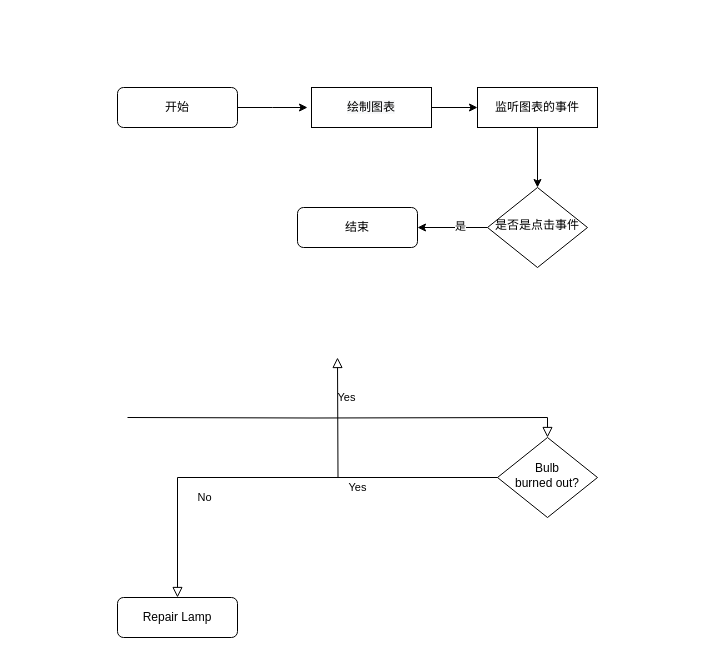
52flutter/ant-design keeps this draw.io diagram as docs/Untitled Diagram.drawio. Above is the earlier version. Source tidied: cells renumbered, new cells numbered last; positions are measured from the earlier drawing's top-left corner, leaving out a move shared by most shapes. Both pictures are drawn from the tidied source at 100%, with x=0, y=0 at pixel (117, 87).
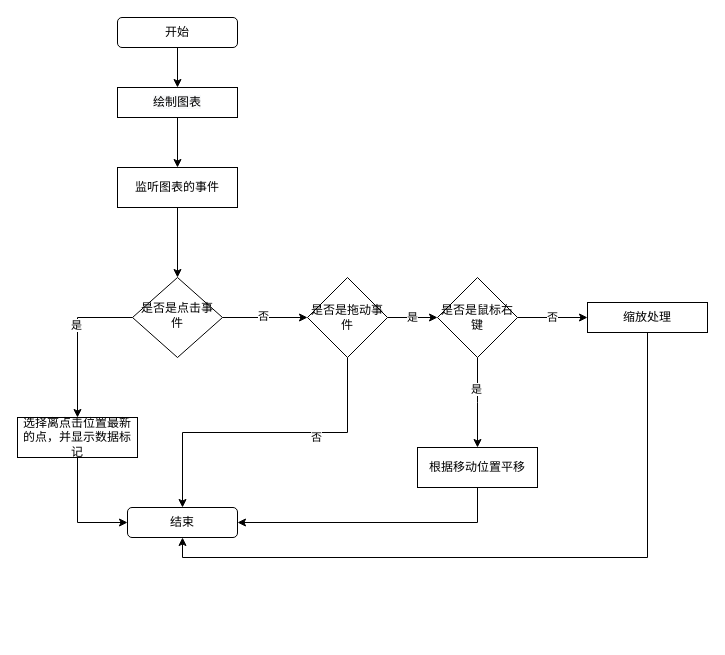
Above is the later version.

The edit, as a diff of the source:
```diff
@@
-    <mxCell id="2" style="edgeStyle=orthogonalEdgeStyle;rounded=0;jettySize=auto;html=1;exitX=1;exitY=0.5;exitDx=0;exitDy=0;entryX=0;entryY=0.5;entryDx=0;entryDy=0;" parent="1" edge="1" source="3">
-      <mxGeometry relative="1" as="geometry">
-        <mxPoint x="190" y="20" as="targetPoint" />
-      </mxGeometry>
+    <mxCell id="2" style="edgeStyle=orthogonalEdgeStyle;rounded=0;jettySize=auto;html=1;exitX=0.5;exitY=1;exitDx=0;exitDy=0;entryX=0.5;entryY=0;entryDx=0;entryDy=0;entryPerimeter=0;" parent="1" edge="1" source="3" target="10">
+      <mxGeometry relative="1" as="geometry" />
     </mxCell>
     <mxCell id="3" value="开始" style="rounded=1;whiteSpace=wrap;html=1;fontSize=12;glass=0;strokeWidth=1;shadow=0;" parent="1" vertex="1">
-      <mxGeometry width="120" height="40" as="geometry" />
+      <mxGeometry y="-70" width="120" height="30" as="geometry" />
     </mxCell>
-    <mxCell id="4" value="Yes" style="rounded=0;html=1;jettySize=auto;fontSize=11;endArrow=block;endFill=0;endSize=8;strokeWidth=1;shadow=0;labelBackgroundColor=none;edgeStyle=orthogonalEdgeStyle;" parent="1" edge="1" target="7">
-      <mxGeometry y="20" relative="1" as="geometry">
-        <mxPoint x="10" y="330" as="sourcePoint" />
-      </mxGeometry>
-    </mxCell>
-    <mxCell id="5" value="No" style="rounded=0;html=1;jettySize=auto;fontSize=11;endArrow=block;endFill=0;endSize=8;strokeWidth=1;shadow=0;labelBackgroundColor=none;edgeStyle=orthogonalEdgeStyle;" parent="1" edge="1" source="7" target="8">
-      <mxGeometry x="0.33" y="20" relative="1" as="geometry" />
-    </mxCell>
-    <mxCell id="6" value="Yes" style="edgeStyle=orthogonalEdgeStyle;rounded=0;html=1;jettySize=auto;fontSize=11;endArrow=block;endFill=0;endSize=8;strokeWidth=1;shadow=0;labelBackgroundColor=none;" parent="1" edge="1" source="7">
-      <mxGeometry y="10" relative="1" as="geometry">
-        <mxPoint x="220" y="270" as="targetPoint" />
-      </mxGeometry>
-    </mxCell>
-    <mxCell id="7" value="Bulb&lt;br&gt;burned out?" style="rhombus;whiteSpace=wrap;html=1;shadow=0;fontFamily=Helvetica;fontSize=12;align=center;strokeWidth=1;spacing=6;spacingTop=-4;" parent="1" vertex="1">
-      <mxGeometry x="380" y="350" width="100" height="80" as="geometry" />
-    </mxCell>
-    <mxCell id="8" value="Repair Lamp" style="rounded=1;whiteSpace=wrap;html=1;fontSize=12;glass=0;strokeWidth=1;shadow=0;" parent="1" vertex="1">
-      <mxGeometry y="510" width="120" height="40" as="geometry" />
-    </mxCell>
-    <mxCell id="9" style="edgeStyle=orthogonalEdgeStyle;rounded=0;orthogonalLoop=1;jettySize=auto;html=1;exitX=1;exitY=0.5;exitDx=0;exitDy=0;" parent="1" edge="1">
-      <mxGeometry relative="1" as="geometry">
-        <mxPoint x="310" y="20" as="sourcePoint" />
-        <mxPoint x="360" y="20" as="targetPoint" />
-      </mxGeometry>
-    </mxCell>
+    <mxCell id="17" style="edgeStyle=orthogonalEdgeStyle;rounded=0;jettySize=auto;html=1;exitX=0.5;exitY=1;exitDx=0;exitDy=0;entryX=0.5;entryY=0;entryDx=0;entryDy=0;" parent="1" edge="1" source="10" target="12">
+      <mxGeometry relative="1" as="geometry" />
+    </mxCell>
     <mxCell id="10" value="&lt;span style=&quot;color: rgb(0, 0, 0); font-family: helvetica; font-size: 12px; font-style: normal; font-weight: 400; letter-spacing: normal; text-align: center; text-indent: 0px; text-transform: none; word-spacing: 0px; background-color: rgb(248, 249, 250); display: inline; float: none;&quot;&gt;绘制图表&lt;/span&gt;" style="rounded=0;whiteSpace=wrap;html=1;" parent="1" vertex="1">
-      <mxGeometry x="194" width="120" height="40" as="geometry" />
+      <mxGeometry width="120" height="30" as="geometry" />
     </mxCell>
@@
     <mxCell id="12" value="监听图表的事件" style="rounded=0;whiteSpace=wrap;html=1;" parent="1" vertex="1">
-      <mxGeometry x="360" width="120" height="40" as="geometry" />
+      <mxGeometry y="80" width="120" height="40" as="geometry" />
     </mxCell>
-    <mxCell id="13" style="edgeStyle=orthogonalEdgeStyle;rounded=0;jettySize=auto;html=1;" parent="1" edge="1" source="15">
+    <mxCell id="13" style="edgeStyle=orthogonalEdgeStyle;rounded=0;jettySize=auto;html=1;entryX=0.5;entryY=0;entryDx=0;entryDy=0;exitX=0;exitY=0.5;exitDx=0;exitDy=0;" parent="1" edge="1" source="15" target="21">
       <mxGeometry relative="1" as="geometry">
-        <mxPoint x="300" y="140" as="targetPoint" />
+        <Array as="points">
+          <mxPoint x="-40" y="230" />
+        </Array>
       </mxGeometry>
     </mxCell>
@@
+    <mxCell id="18" style="edgeStyle=orthogonalEdgeStyle;rounded=0;jettySize=auto;html=1;entryX=0;entryY=0.5;entryDx=0;entryDy=0;" parent="1" edge="1" source="15" target="25">
+      <mxGeometry relative="1" as="geometry" />
+    </mxCell>
+    <mxCell id="19" value="否" style="edgeLabel;html=1;align=center;verticalAlign=middle;" parent="18" vertex="1">
+      <mxGeometry x="-0.07" y="2" relative="1" as="geometry" />
+    </mxCell>
     <mxCell id="15" value="是否是点击事件&lt;br&gt;" style="rhombus;whiteSpace=wrap;html=1;shadow=0;fontFamily=Helvetica;fontSize=12;align=center;strokeWidth=1;spacing=6;spacingTop=-4;" parent="1" vertex="1">
-      <mxGeometry x="370" y="100" width="100" height="80" as="geometry" />
+      <mxGeometry x="15" y="190" width="90" height="80" as="geometry" />
     </mxCell>
     <mxCell id="16" value="结束" style="rounded=1;whiteSpace=wrap;html=1;fontSize=12;glass=0;strokeWidth=1;shadow=0;" parent="1" vertex="1">
-      <mxGeometry x="180" y="120" width="120" height="40" as="geometry" />
+      <mxGeometry x="10" y="420" width="110" height="30" as="geometry" />
     </mxCell>
+    <mxCell id="20" style="edgeStyle=orthogonalEdgeStyle;rounded=0;jettySize=auto;html=1;exitX=0.5;exitY=1;exitDx=0;exitDy=0;entryX=0;entryY=0.5;entryDx=0;entryDy=0;" parent="1" edge="1" source="21" target="16">
+      <mxGeometry relative="1" as="geometry" />
+    </mxCell>
+    <mxCell id="21" value="选择离点击位置最新的点，并显示数据标记" style="rounded=0;whiteSpace=wrap;html=1;" parent="1" vertex="1">
+      <mxGeometry x="-100" y="330" width="120" height="40" as="geometry" />
+    </mxCell>
+    <mxCell id="22" style="edgeStyle=orthogonalEdgeStyle;rounded=0;jettySize=auto;html=1;exitX=0.5;exitY=1;exitDx=0;exitDy=0;" parent="1" edge="1" source="25" target="16">
+      <mxGeometry relative="1" as="geometry" />
+    </mxCell>
+    <mxCell id="23" value="否" style="edgeLabel;html=1;align=center;verticalAlign=middle;" parent="22" vertex="1">
+      <mxGeometry x="-0.32" y="4" relative="1" as="geometry" />
+    </mxCell>
+    <mxCell id="24" value="是" style="edgeStyle=orthogonalEdgeStyle;rounded=0;jettySize=auto;html=1;exitX=1;exitY=0.5;exitDx=0;exitDy=0;entryX=0;entryY=0.5;entryDx=0;entryDy=0;" parent="1" edge="1" source="25" target="29">
+      <mxGeometry relative="1" as="geometry" />
+    </mxCell>
+    <mxCell id="25" value="是否是拖动事件" style="rhombus;whiteSpace=wrap;html=1;" parent="1" vertex="1">
+      <mxGeometry x="190" y="190" width="80" height="80" as="geometry" />
+    </mxCell>
+    <mxCell id="26" style="edgeStyle=orthogonalEdgeStyle;rounded=0;jettySize=auto;html=1;exitX=0.5;exitY=1;exitDx=0;exitDy=0;" parent="1" edge="1" source="29">
+      <mxGeometry relative="1" as="geometry">
+        <mxPoint x="360" y="360" as="targetPoint" />
+      </mxGeometry>
+    </mxCell>
+    <mxCell id="27" value="是" style="edgeLabel;html=1;align=center;verticalAlign=middle;" parent="26" vertex="1">
+      <mxGeometry x="-0.31" y="-2" relative="1" as="geometry" />
+    </mxCell>
+    <mxCell id="28" value="否" style="edgeStyle=orthogonalEdgeStyle;rounded=0;jettySize=auto;html=1;exitX=1;exitY=0.5;exitDx=0;exitDy=0;entryX=0;entryY=0.5;entryDx=0;entryDy=0;" parent="1" edge="1" source="29" target="33">
+      <mxGeometry relative="1" as="geometry" />
+    </mxCell>
+    <mxCell id="29" value="是否是鼠标右键" style="rhombus;whiteSpace=wrap;html=1;" parent="1" vertex="1">
+      <mxGeometry x="320" y="190" width="80" height="80" as="geometry" />
+    </mxCell>
+    <mxCell id="30" style="edgeStyle=orthogonalEdgeStyle;rounded=0;jettySize=auto;html=1;exitX=0.5;exitY=1;exitDx=0;exitDy=0;entryX=1;entryY=0.5;entryDx=0;entryDy=0;" parent="1" edge="1" source="31" target="16">
+      <mxGeometry relative="1" as="geometry" />
+    </mxCell>
+    <mxCell id="31" value="根据移动位置平移" style="rounded=0;whiteSpace=wrap;html=1;" parent="1" vertex="1">
+      <mxGeometry x="300" y="360" width="120" height="40" as="geometry" />
+    </mxCell>
+    <mxCell id="32" style="edgeStyle=orthogonalEdgeStyle;rounded=0;jettySize=auto;html=1;exitX=0.5;exitY=1;exitDx=0;exitDy=0;entryX=0.5;entryY=1;entryDx=0;entryDy=0;" parent="1" edge="1" source="33" target="16">
+      <mxGeometry relative="1" as="geometry" />
+    </mxCell>
+    <mxCell id="33" value="缩放处理" style="rounded=0;whiteSpace=wrap;html=1;" parent="1" vertex="1">
+      <mxGeometry x="470" y="215" width="120" height="30" as="geometry" />
+    </mxCell>
```
